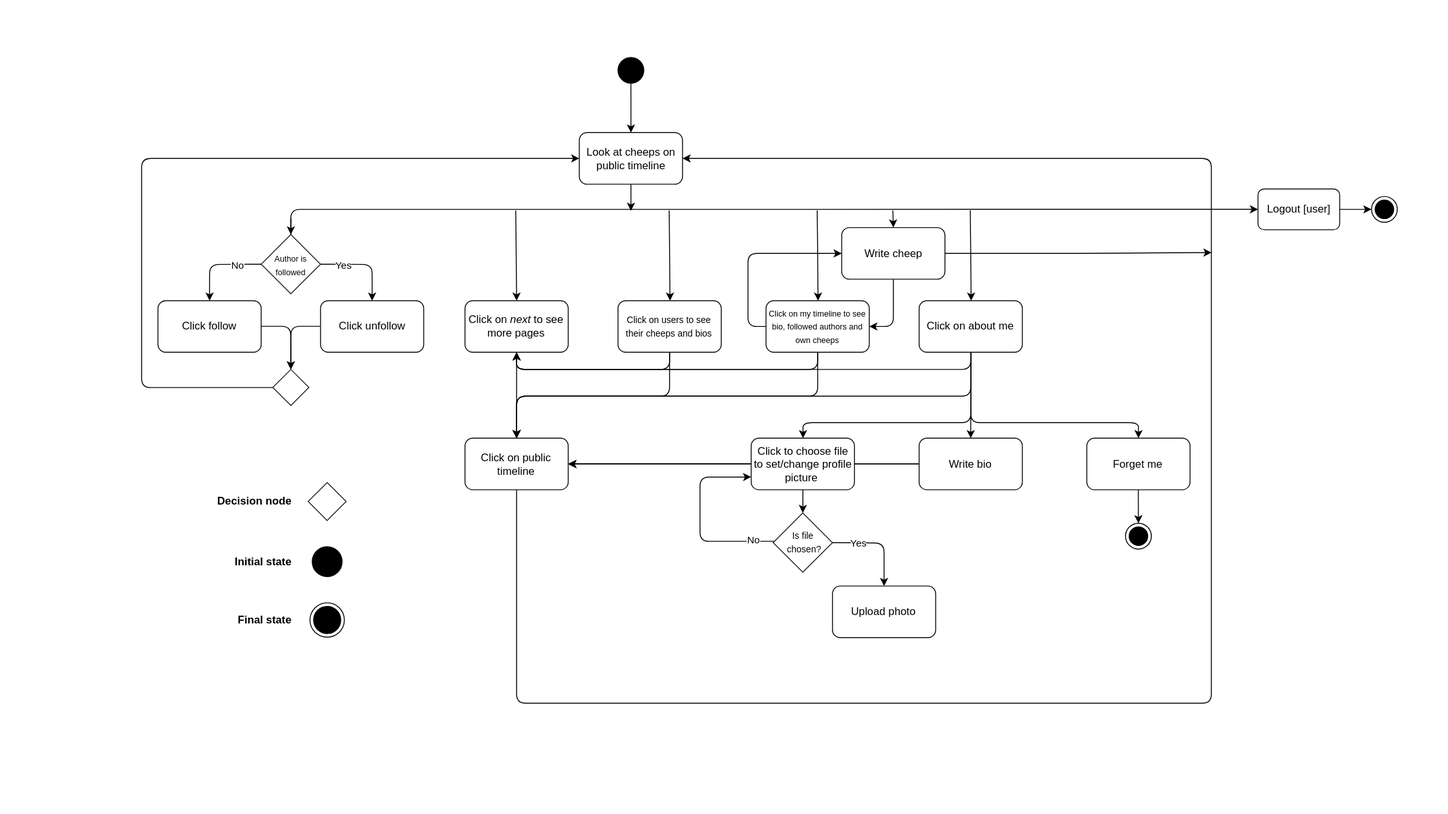
ITU-BDSA2024-GROUP22/Chirp keeps this draw.io diagram as docs/Diagrams/activity_diagram_loggedIN.drawio.svg. Above is the earlier version. Source tidied: cells renumbered, new cells last; positions are measured from the earlier drawing's top-left corner, leaving out a move shared by most shapes.
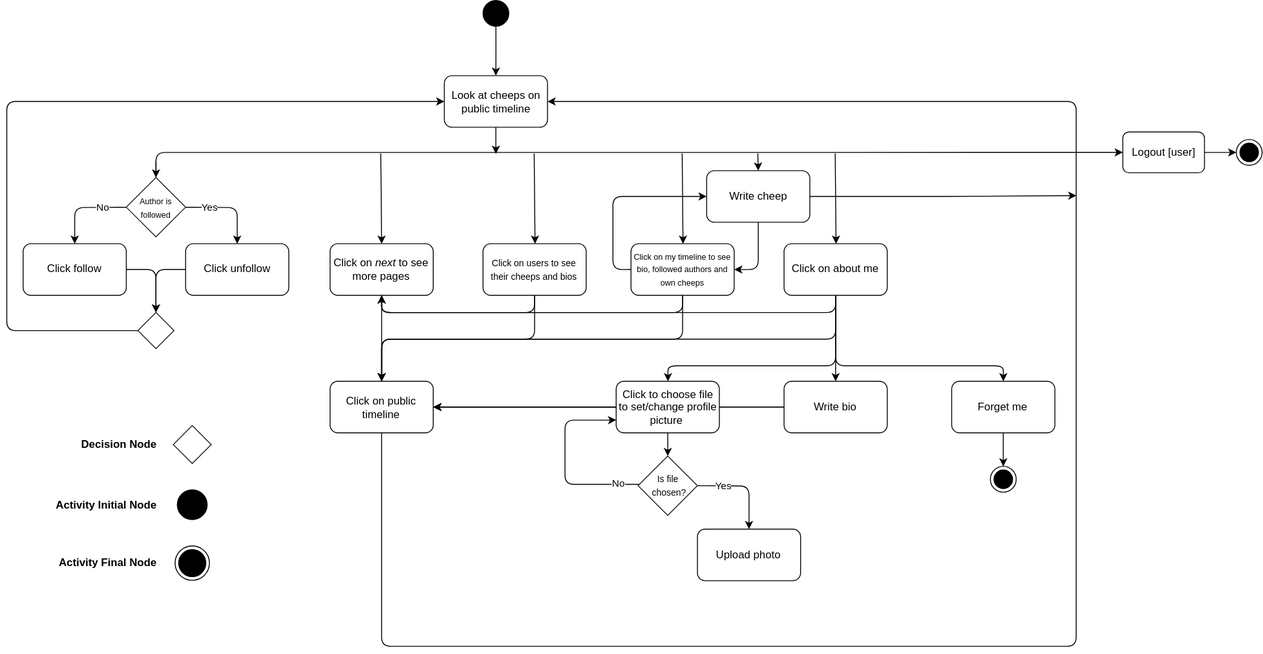
After the change.

Commit message:
activity final node

Diff of the diagram source:
```diff
@@ -14,14 +14,14 @@
     <mxCell id="5" style="ellipse;html=1;shape=endState;fillColor=strokeColor;rounded=1;strokeColor=#000000;" parent="2" vertex="1">
       <mxGeometry x="113" y="133" width="38" height="38" as="geometry" />
     </mxCell>
-    <mxCell id="6" value="Decision node" style="text;html=1;align=right;verticalAlign=middle;strokeColor=none;fillColor=none;fontColor=#000000;fontStyle=1;" parent="2" vertex="1">
-      <mxGeometry y="8" width="94" height="26" as="geometry" />
+    <mxCell id="6" value="Decision Node" style="text;html=1;align=right;verticalAlign=middle;strokeColor=none;fillColor=none;fontColor=#000000;fontStyle=1;" parent="2" vertex="1">
+      <mxGeometry x="-2" y="8" width="96" height="26" as="geometry" />
     </mxCell>
-    <mxCell id="7" value="Initial state" style="text;html=1;align=right;verticalAlign=middle;strokeColor=none;fillColor=none;fontColor=#000000;fontStyle=1;" parent="2" vertex="1">
-      <mxGeometry x="19" y="74.5" width="75" height="26" as="geometry" />
+    <mxCell id="7" value="Activity Initial Node" style="text;html=1;align=right;verticalAlign=middle;strokeColor=none;fillColor=none;fontColor=#000000;fontStyle=1;" parent="2" vertex="1">
+      <mxGeometry x="-25" y="74.5" width="119" height="26" as="geometry" />
     </mxCell>
-    <mxCell id="8" value="Final state" style="text;html=1;align=right;verticalAlign=middle;strokeColor=none;fillColor=none;fontColor=#000000;fontStyle=1;" parent="2" vertex="1">
-      <mxGeometry x="21" y="139" width="73" height="26" as="geometry" />
+    <mxCell id="8" value="Activity Final Node" style="text;html=1;align=right;verticalAlign=middle;strokeColor=none;fillColor=none;fontColor=#000000;fontStyle=1;" parent="2" vertex="1">
+      <mxGeometry x="-23" y="139" width="117" height="26" as="geometry" />
     </mxCell>
     <mxCell id="9" style="edgeStyle=orthogonalEdgeStyle;rounded=1;jettySize=auto;html=1;strokeColor=#000000;" parent="1" edge="1" source="10">
       <mxGeometry relative="1" as="geometry">
```
